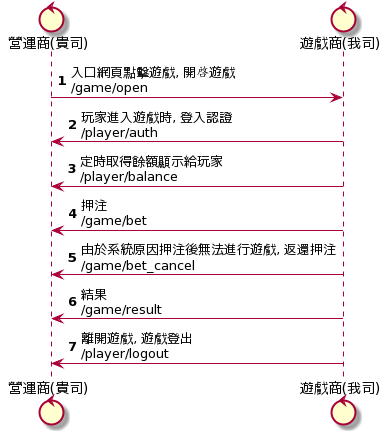
The PlantUML diagram server/wallet_single.png in s9256001/digame, before a commit.
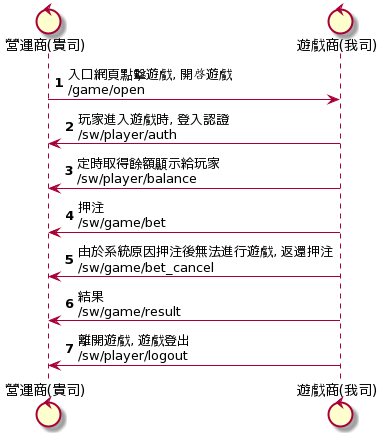
Later version of the same file.

What changed in the source:
```diff
@@ -4,10 +4,10 @@
 
 autonumber 1
 "營運商(貴司)" -> "遊戲商(我司)": 入口網頁點擊遊戲, 開啟遊戲\n/game/open
-"遊戲商(我司)" -> "營運商(貴司)": 玩家進入遊戲時, 登入認證\n/player/auth
-"遊戲商(我司)" -> "營運商(貴司)": 定時取得餘額顯示給玩家\n/player/balance
-"遊戲商(我司)" -> "營運商(貴司)": 押注\n/game/bet
-"遊戲商(我司)" -> "營運商(貴司)": 由於系統原因押注後無法進行遊戲, 返還押注\n/game/bet_cancel
-"遊戲商(我司)" -> "營運商(貴司)": 結果\n/game/result
-"遊戲商(我司)" -> "營運商(貴司)": 離開遊戲, 遊戲登出\n/player/logout
+"遊戲商(我司)" -> "營運商(貴司)": 玩家進入遊戲時, 登入認證\n/sw/player/auth
+"遊戲商(我司)" -> "營運商(貴司)": 定時取得餘額顯示給玩家\n/sw/player/balance
+"遊戲商(我司)" -> "營運商(貴司)": 押注\n/sw/game/bet
+"遊戲商(我司)" -> "營運商(貴司)": 由於系統原因押注後無法進行遊戲, 返還押注\n/sw/game/bet_cancel
+"遊戲商(我司)" -> "營運商(貴司)": 結果\n/sw/game/result
+"遊戲商(我司)" -> "營運商(貴司)": 離開遊戲, 遊戲登出\n/sw/player/logout
 @enduml
```
